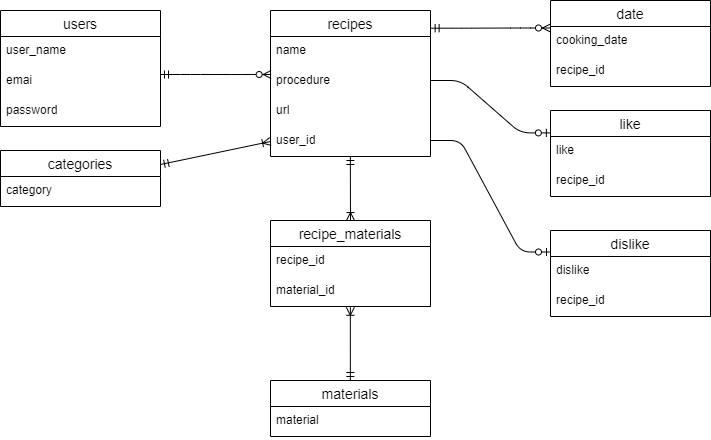
The draw.io diagram ER.drawio.png in akina0302/MyRecipe, before a commit. Source tidied: cells renumbered, new cells last; positions are measured from the earlier drawing's top-left corner, leaving out a move shared by most shapes.
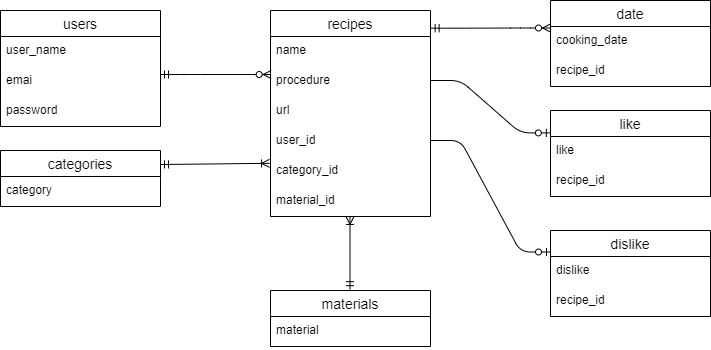
Above is the later version.

Diff of the diagram source:
```diff
@@ -15,7 +15,7 @@
       <mxGeometry y="86" width="160" height="30" as="geometry" />
     </mxCell>
     <mxCell id="6" value="recipes" style="swimlane;fontStyle=0;horizontal=1;startSize=26;align=center;fontSize=14;" parent="1" vertex="1">
-      <mxGeometry x="270" y="10" width="160" height="146" as="geometry" />
+      <mxGeometry x="270" y="10" width="160" height="206" as="geometry" />
     </mxCell>
     <mxCell id="7" style="edgeStyle=entityRelationEdgeStyle;fontSize=12;html=1;endArrow=ERzeroToMany;startArrow=ERmandOne;entryX=0.004;entryY=0.267;entryDx=0;entryDy=0;entryPerimeter=0;" parent="6" edge="1">
       <mxGeometry relative="1" as="geometry">
@@ -40,6 +40,12 @@
     <mxCell id="11" value="user_id" style="text;strokeColor=none;fillColor=none;spacingLeft=4;spacingRight=4;overflow=hidden;points=[[0,0.5],[1,0.5]];portConstraint=eastwest;fontSize=12;whiteSpace=wrap;html=1;" parent="6" vertex="1">
       <mxGeometry y="116" width="160" height="30" as="geometry" />
     </mxCell>
+    <mxCell id="34" value="category_id" style="text;strokeColor=none;fillColor=none;spacingLeft=4;spacingRight=4;overflow=hidden;points=[[0,0.5],[1,0.5]];portConstraint=eastwest;fontSize=12;whiteSpace=wrap;html=1;" parent="6" vertex="1">
+      <mxGeometry y="146" width="160" height="30" as="geometry" />
+    </mxCell>
+    <mxCell id="31" value="material_id" style="text;strokeColor=none;fillColor=none;spacingLeft=4;spacingRight=4;overflow=hidden;points=[[0,0.5],[1,0.5]];portConstraint=eastwest;fontSize=12;whiteSpace=wrap;html=1;" parent="6" vertex="1">
+      <mxGeometry y="176" width="160" height="30" as="geometry" />
+    </mxCell>
     <mxCell id="12" value="categories" style="swimlane;fontStyle=0;horizontal=1;startSize=26;align=center;fontSize=14;" parent="1" vertex="1">
       <mxGeometry y="150" width="160" height="56" as="geometry" />
     </mxCell>
@@ -73,7 +79,7 @@
     <mxCell id="22" value="recipe_id" style="text;strokeColor=none;fillColor=none;spacingLeft=4;spacingRight=4;overflow=hidden;fontSize=12;whiteSpace=wrap;html=1;" parent="20" vertex="1">
       <mxGeometry y="56" width="160" height="30" as="geometry" />
     </mxCell>
-    <mxCell id="23" style="fontSize=12;html=1;endArrow=ERoneToMany;startArrow=ERmandOne;exitX=1;exitY=0.25;exitDx=0;exitDy=0;entryX=0;entryY=0.5;entryDx=0;entryDy=0;" parent="1" edge="1" source="12" target="11">
+    <mxCell id="23" style="fontSize=12;html=1;endArrow=ERoneToMany;startArrow=ERmandOne;exitX=1;exitY=0.25;exitDx=0;exitDy=0;entryX=-0.006;entryY=0.227;entryDx=0;entryDy=0;entryPerimeter=0;" parent="1" edge="1" source="12" target="34">
       <mxGeometry relative="1" as="geometry" />
     </mxCell>
     <mxCell id="24" style="edgeStyle=entityRelationEdgeStyle;fontSize=12;html=1;endArrow=ERzeroToMany;startArrow=ERmandOne;entryX=0;entryY=0.5;entryDx=0;entryDy=0;exitX=1.004;exitY=0.173;exitDx=0;exitDy=0;exitPerimeter=0;" parent="1" edge="1">
@@ -93,30 +99,16 @@
       </mxGeometry>
     </mxCell>
     <mxCell id="27" value="materials" style="swimlane;fontStyle=0;horizontal=1;startSize=26;align=center;fontSize=14;" parent="1" vertex="1">
-      <mxGeometry x="270" y="380" width="160" height="56" as="geometry" />
+      <mxGeometry x="270" y="290" width="160" height="56" as="geometry" />
     </mxCell>
     <mxCell id="28" value="material" style="text;strokeColor=none;fillColor=none;spacingLeft=4;spacingRight=4;overflow=hidden;fontSize=12;whiteSpace=wrap;html=1;" parent="27" vertex="1">
       <mxGeometry y="26" width="160" height="30" as="geometry" />
     </mxCell>
-    <mxCell id="29" value="recipe_materials" style="swimlane;fontStyle=0;horizontal=1;startSize=26;align=center;fontSize=14;" parent="1" vertex="1">
-      <mxGeometry x="270" y="220" width="160" height="86" as="geometry" />
-    </mxCell>
-    <mxCell id="30" value="recipe_id" style="text;strokeColor=none;fillColor=none;spacingLeft=4;spacingRight=4;overflow=hidden;fontSize=12;whiteSpace=wrap;html=1;" parent="29" vertex="1">
-      <mxGeometry y="26" width="160" height="30" as="geometry" />
-    </mxCell>
-    <mxCell id="31" value="material_id" style="text;strokeColor=none;fillColor=none;spacingLeft=4;spacingRight=4;overflow=hidden;points=[[0,0.5],[1,0.5]];portConstraint=eastwest;fontSize=12;whiteSpace=wrap;html=1;" parent="29" vertex="1">
-      <mxGeometry y="56" width="160" height="30" as="geometry" />
-    </mxCell>
-    <mxCell id="32" style="fontSize=12;html=1;endArrow=ERoneToMany;startArrow=ERmandOne;entryX=0.499;entryY=1.027;entryDx=0;entryDy=0;entryPerimeter=0;" parent="1" edge="1" target="31">
+    <mxCell id="32" style="fontSize=12;html=1;endArrow=ERoneToMany;startArrow=ERmandOne;entryX=0.499;entryY=1.027;entryDx=0;entryDy=0;entryPerimeter=0;" parent="1" edge="1">
       <mxGeometry relative="1" as="geometry">
-        <mxPoint x="349.9" y="380" as="sourcePoint" />
+        <mxPoint x="349.5" y="289.2" as="sourcePoint" />
+        <mxPoint x="349.5" y="216" as="targetPoint" />
       </mxGeometry>
     </mxCell>
-    <mxCell id="33" style="fontSize=12;html=1;endArrow=ERoneToMany;startArrow=ERmandOne;exitX=0.499;exitY=0.92;exitDx=0;exitDy=0;exitPerimeter=0;" parent="1" edge="1">
-      <mxGeometry relative="1" as="geometry">
-        <mxPoint x="349.8" y="156" as="sourcePoint" />
-        <mxPoint x="350" y="220" as="targetPoint" />
-      </mxGeometry>
-    </mxCell>
   </root>
 </mxGraphModel>
```
